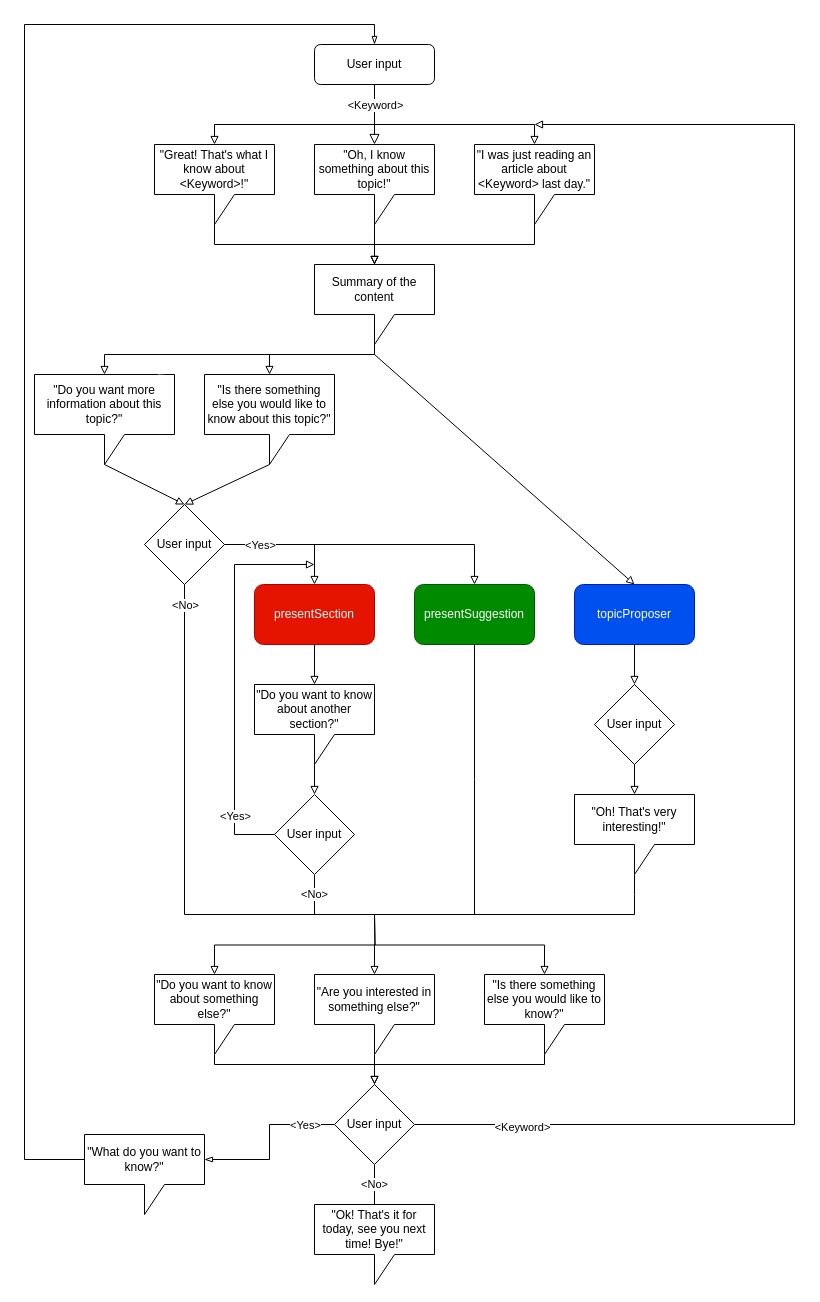
Before: documentation/Untitled Diagram.drawio in AlbertoGhiotto/Enhancement-of-Pepper-Abilities---Wikipedia, a draw.io diagram. Source tidied: cells renumbered, new cells numbered last; positions are measured from the earlier drawing's top-left corner, leaving out a move shared by most shapes. Both pictures are drawn from the tidied source at 100%, with x=0, y=0 at pixel (24, 24).
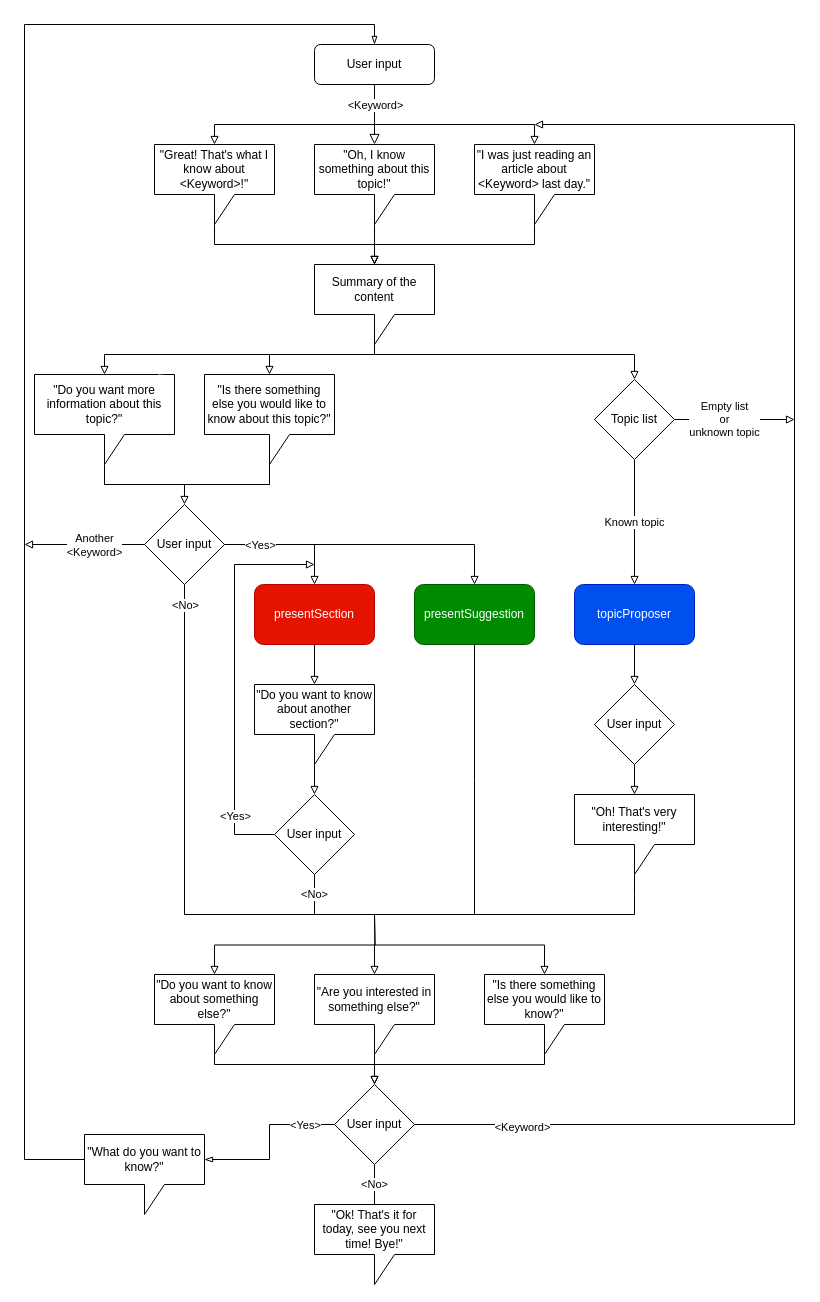
Above is the later version.

Unchanged cells that the change refers to:
```xml
<mxCell id="19" value="Summary of the content" style="shape=callout;whiteSpace=wrap;html=1;perimeter=calloutPerimeter;" parent="1" vertex="1">
  <mxGeometry x="290" y="240" width="120" height="80" as="geometry" />
</mxCell>
<mxCell id="21" value="&lt;span style=&quot;font-family: , &amp;#34;consolas&amp;#34; , &amp;#34;liberation mono&amp;#34; , &amp;#34;menlo&amp;#34; , monospace&quot;&gt;&quot;Do you want more information about this topic?&quot;&lt;/span&gt;" style="shape=callout;whiteSpace=wrap;html=1;perimeter=calloutPerimeter;" parent="1" vertex="1">
  <mxGeometry x="10" y="350" width="140" height="90" as="geometry" />
</mxCell>
<mxCell id="23" value="&lt;span style=&quot;font-family: , &amp;#34;consolas&amp;#34; , &amp;#34;liberation mono&amp;#34; , &amp;#34;menlo&amp;#34; , monospace&quot;&gt;&quot;Is there something else you would like to know about this topic?&quot;&lt;/span&gt;" style="shape=callout;whiteSpace=wrap;html=1;perimeter=calloutPerimeter;" parent="1" vertex="1">
  <mxGeometry x="180" y="350" width="130" height="90" as="geometry" />
</mxCell>
<mxCell id="30" value="topicProposer" style="rounded=1;whiteSpace=wrap;html=1;fillColor=#0050ef;strokeColor=#001DBC;fontColor=#ffffff;" parent="1" vertex="1">
  <mxGeometry x="550" y="560" width="120" height="60" as="geometry" />
</mxCell>
<mxCell id="36" value="User input" style="rhombus;whiteSpace=wrap;html=1;" parent="1" vertex="1">
  <mxGeometry x="120" y="480" width="80" height="80" as="geometry" />
</mxCell>
```

Change to the diagram source:
```diff
@@
-    <mxCell id="18" style="edgeStyle=none;rounded=0;jettySize=auto;html=1;entryX=0.5;entryY=0;entryDx=0;entryDy=0;startArrow=none;startFill=0;endArrow=block;endFill=0;strokeColor=#000000;" parent="1" edge="1" target="30">
-      <mxGeometry relative="1" as="geometry">
-        <mxPoint x="350" y="330" as="sourcePoint" />
-      </mxGeometry>
-    </mxCell>
+    <mxCell id="65" style="edgeStyle=orthogonalEdgeStyle;rounded=0;jettySize=auto;html=1;exitX=0;exitY=0;exitDx=60;exitDy=80;exitPerimeter=0;entryX=0.5;entryY=0;entryDx=0;entryDy=0;endArrow=block;endFill=0;" parent="1" edge="1" source="19" target="71">
+      <mxGeometry relative="1" as="geometry">
+        <Array as="points">
+          <mxPoint x="350" y="330" />
+          <mxPoint x="610" y="330" />
+        </Array>
+      </mxGeometry>
+    </mxCell>
@@
-    <mxCell id="20" style="edgeStyle=none;rounded=0;jettySize=auto;html=1;exitX=0;exitY=0;exitDx=70;exitDy=90;exitPerimeter=0;entryX=0.5;entryY=0;entryDx=0;entryDy=0;startArrow=none;startFill=0;endArrow=block;endFill=0;strokeColor=#000000;" parent="1" edge="1" source="21" target="36">
-      <mxGeometry relative="1" as="geometry" />
-    </mxCell>
+    <mxCell id="66" style="edgeStyle=orthogonalEdgeStyle;rounded=0;jettySize=auto;html=1;exitX=0;exitY=0;exitDx=70;exitDy=90;exitPerimeter=0;entryX=0;entryY=0;entryDx=65;entryDy=90;entryPerimeter=0;endArrow=none;endFill=0;" parent="1" edge="1" source="21" target="23">
+      <mxGeometry relative="1" as="geometry" />
+    </mxCell>
@@
-    <mxCell id="22" style="edgeStyle=none;rounded=0;jettySize=auto;html=1;exitX=0;exitY=0;exitDx=65;exitDy=90;exitPerimeter=0;entryX=0.5;entryY=0;entryDx=0;entryDy=0;startArrow=none;startFill=0;endArrow=block;endFill=0;strokeColor=#000000;" parent="1" edge="1" source="23" target="36">
+    <mxCell id="22" style="edgeStyle=orthogonalEdgeStyle;rounded=0;jettySize=auto;html=1;exitX=0;exitY=0;exitDx=65;exitDy=90;exitPerimeter=0;entryX=0.5;entryY=0;entryDx=0;entryDy=0;endArrow=block;endFill=0;" parent="1" edge="1" source="23" target="36">
       <mxGeometry relative="1" as="geometry" />
     </mxCell>
@@
+    <mxCell id="67" style="edgeStyle=orthogonalEdgeStyle;rounded=0;jettySize=auto;html=1;exitX=0;exitY=0.5;exitDx=0;exitDy=0;endArrow=block;endFill=0;" parent="1" edge="1" source="36">
+      <mxGeometry relative="1" as="geometry">
+        <mxPoint y="520" as="targetPoint" />
+      </mxGeometry>
+    </mxCell>
+    <mxCell id="68" value="Another&lt;br&gt;&amp;lt;Keyword&amp;gt;" style="edgeLabel;html=1;align=center;verticalAlign=middle;" parent="67" vertex="1">
+      <mxGeometry x="0.27" y="-1" relative="1" as="geometry">
+        <mxPoint x="26" y="1" as="offset" />
+      </mxGeometry>
+    </mxCell>
@@
+    <mxCell id="69" value="Known topic" style="edgeStyle=orthogonalEdgeStyle;rounded=0;jettySize=auto;html=1;exitX=0.5;exitY=1;exitDx=0;exitDy=0;entryX=0.5;entryY=0;entryDx=0;entryDy=0;endArrow=block;endFill=0;" parent="1" edge="1" source="71" target="30">
+      <mxGeometry relative="1" as="geometry" />
+    </mxCell>
+    <mxCell id="70" value="Empty list&lt;br&gt;or&lt;br&gt;unknown topic" style="edgeStyle=orthogonalEdgeStyle;rounded=0;jettySize=auto;html=1;exitX=1;exitY=0.5;exitDx=0;exitDy=0;endArrow=block;endFill=0;" parent="1" edge="1" source="71">
+      <mxGeometry x="-0.17" relative="1" as="geometry">
+        <mxPoint x="770" y="395" as="targetPoint" />
+      </mxGeometry>
+    </mxCell>
+    <mxCell id="71" value="Topic list" style="rhombus;whiteSpace=wrap;html=1;" parent="1" vertex="1">
+      <mxGeometry x="570" y="355" width="80" height="80" as="geometry" />
+    </mxCell>
```
